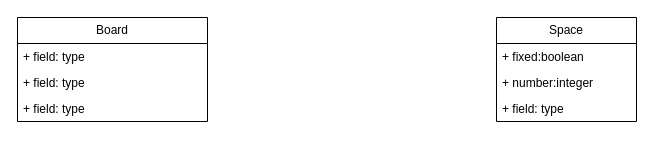
hsantana2024/5-desafios-java-DIO keeps this draw.io diagram as Diagrama sem nome.drawio. Above is the earlier version. Source tidied: cells renumbered, new cells numbered last; positions are measured from the earlier drawing's top-left corner, leaving out a move shared by most shapes. Both pictures are drawn from the tidied source at 100%, with x=0, y=0 at pixel (17, 17).
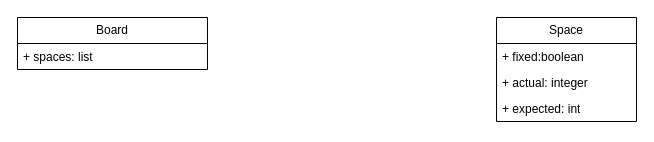
After the change.

The edit, as a diff of the source:
```diff
@@
 <mxGraphModel>
   <root>
     <mxCell id="0" />
     <mxCell id="1" parent="0" />
     <mxCell id="2" value="Board" style="swimlane;fontStyle=0;horizontal=1;startSize=26;fillColor=none;whiteSpace=wrap;html=1;" parent="1" vertex="1">
-      <mxGeometry width="190" height="104" as="geometry" />
+      <mxGeometry width="190" height="52" as="geometry" />
     </mxCell>
-    <mxCell id="3" value="+ field: type" style="text;strokeColor=none;fillColor=none;align=left;verticalAlign=top;spacingLeft=4;spacingRight=4;overflow=hidden;whiteSpace=wrap;html=1;" parent="2" vertex="1">
+    <mxCell id="3" value="+ spaces: list" style="text;strokeColor=none;fillColor=none;align=left;verticalAlign=top;spacingLeft=4;spacingRight=4;overflow=hidden;whiteSpace=wrap;html=1;" parent="2" vertex="1">
       <mxGeometry y="26" width="190" height="26" as="geometry" />
     </mxCell>
-    <mxCell id="4" value="+ field: type" style="text;strokeColor=none;fillColor=none;align=left;verticalAlign=top;spacingLeft=4;spacingRight=4;overflow=hidden;whiteSpace=wrap;html=1;" parent="2" vertex="1">
-      <mxGeometry y="52" width="190" height="26" as="geometry" />
-    </mxCell>
-    <mxCell id="5" value="+ field: type" style="text;strokeColor=none;fillColor=none;align=left;verticalAlign=top;spacingLeft=4;spacingRight=4;overflow=hidden;whiteSpace=wrap;html=1;" parent="2" vertex="1">
-      <mxGeometry y="78" width="190" height="26" as="geometry" />
-    </mxCell>
     <mxCell id="6" value="Space" style="swimlane;fontStyle=0;horizontal=1;startSize=26;fillColor=none;whiteSpace=wrap;html=1;" parent="1" vertex="1">
       <mxGeometry x="479" width="140" height="104" as="geometry" />
     </mxCell>
     <mxCell id="7" value="+ fixed:boolean&lt;div&gt;&lt;br&gt;&lt;/div&gt;" style="text;strokeColor=none;fillColor=none;align=left;verticalAlign=top;spacingLeft=4;spacingRight=4;overflow=hidden;whiteSpace=wrap;html=1;" parent="6" vertex="1">
       <mxGeometry y="26" width="140" height="26" as="geometry" />
     </mxCell>
-    <mxCell id="8" value="+ number:integer" style="text;strokeColor=none;fillColor=none;align=left;verticalAlign=top;spacingLeft=4;spacingRight=4;overflow=hidden;whiteSpace=wrap;html=1;" parent="6" vertex="1">
+    <mxCell id="8" value="+ actual: integer" style="text;strokeColor=none;fillColor=none;align=left;verticalAlign=top;spacingLeft=4;spacingRight=4;overflow=hidden;whiteSpace=wrap;html=1;" parent="6" vertex="1">
       <mxGeometry y="52" width="140" height="26" as="geometry" />
     </mxCell>
-    <mxCell id="9" value="+ field: type" style="text;strokeColor=none;fillColor=none;align=left;verticalAlign=top;spacingLeft=4;spacingRight=4;overflow=hidden;whiteSpace=wrap;html=1;" parent="6" vertex="1">
+    <mxCell id="9" value="+ expected: int" style="text;strokeColor=none;fillColor=none;align=left;verticalAlign=top;spacingLeft=4;spacingRight=4;overflow=hidden;whiteSpace=wrap;html=1;" parent="6" vertex="1">
       <mxGeometry y="78" width="140" height="26" as="geometry" />
     </mxCell>
   </root>
 </mxGraphModel>
```
